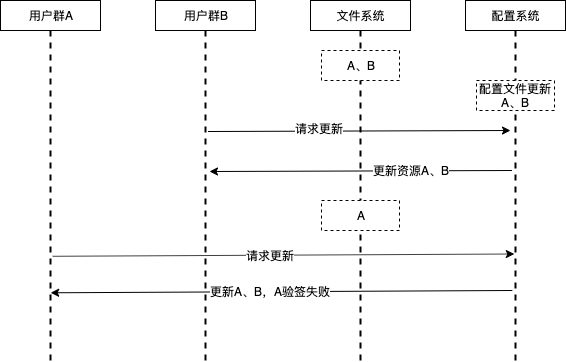
The draw.io diagram 更新时序图.png in chs97/draw.io, before a commit. Source tidied: cells renumbered, new cells last; positions are measured from the earlier drawing's top-left corner, leaving out a move shared by most shapes.
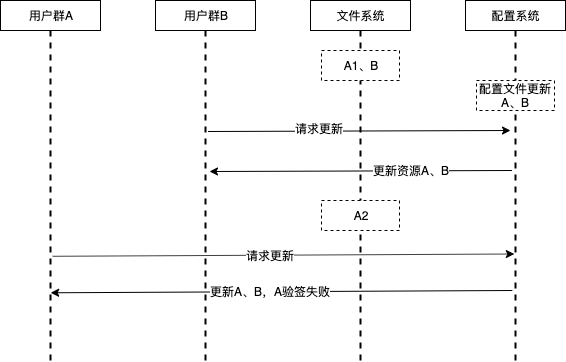
After the change.

Commit message:
Added 更新时序图.png

Diff of the diagram source:
```diff
@@ -26,7 +26,7 @@
     <mxCell id="9" style="line;strokeWidth=2;direction=south;html=1;dashed=1;" parent="1" vertex="1">
       <mxGeometry x="45" y="30" width="10" height="330" as="geometry" />
     </mxCell>
-    <mxCell id="10" value="A、B" style="rounded=0;whiteSpace=wrap;html=1;dashed=1;" parent="1" vertex="1">
+    <mxCell id="10" value="A1、B" style="rounded=0;whiteSpace=wrap;html=1;dashed=1;" parent="1" vertex="1">
       <mxGeometry x="321" y="50" width="78" height="30" as="geometry" />
     </mxCell>
     <mxCell id="11" value="配置文件更新A、B" style="rounded=0;whiteSpace=wrap;html=1;dashed=1;" parent="1" vertex="1">
@@ -52,7 +52,7 @@
         <mxPoint x="9.5" y="-3.5" as="offset" />
       </mxGeometry>
     </mxCell>
-    <mxCell id="16" value="A" style="rounded=0;whiteSpace=wrap;html=1;dashed=1;" parent="1" vertex="1">
+    <mxCell id="16" value="A2" style="rounded=0;whiteSpace=wrap;html=1;dashed=1;" parent="1" vertex="1">
       <mxGeometry x="321" y="200" width="78" height="30" as="geometry" />
     </mxCell>
     <mxCell id="17" style="endArrow=classic;html=1;entryX=0.45;entryY=0.617;entryDx=0;entryDy=0;entryPerimeter=0;exitX=0.454;exitY=0.283;exitDx=0;exitDy=0;exitPerimeter=0;" parent="1" edge="1">
```
